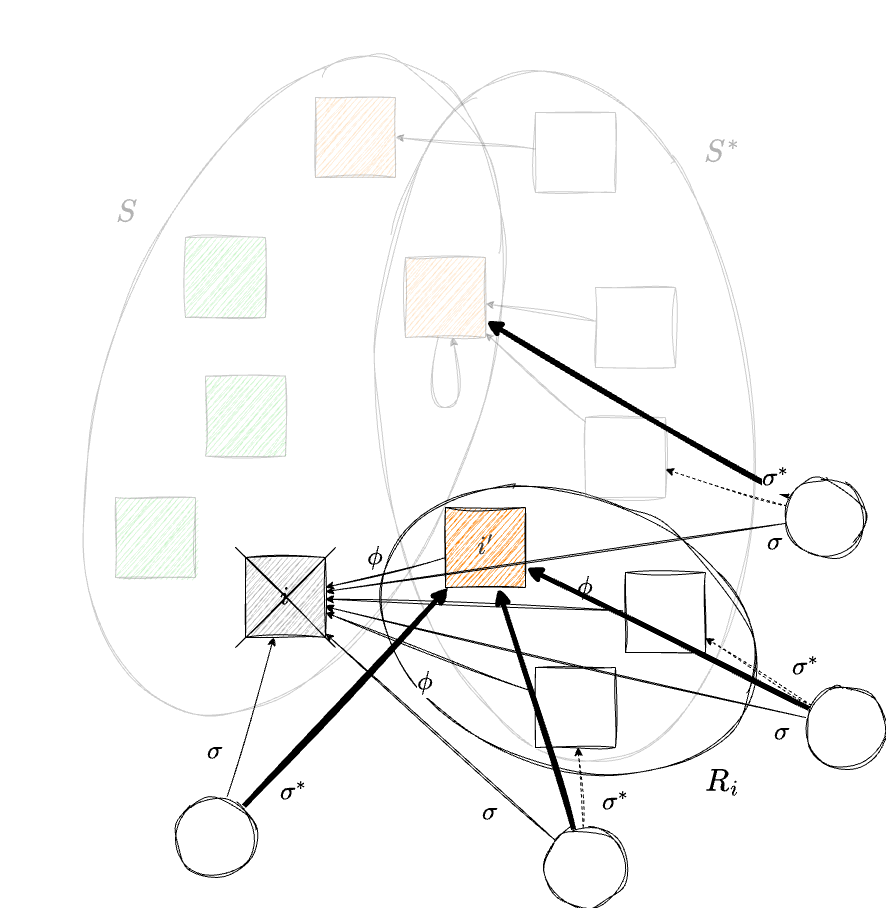
This is slides/ch7/figures/unsafe-facility-swap.drawio.png from okayama-daiki/approximation-algorithms, a draw.io export, as it was before one commit. Source tidied: cells renumbered, new cells last; positions are measured from the earlier drawing's top-left corner, leaving out a move shared by most shapes.
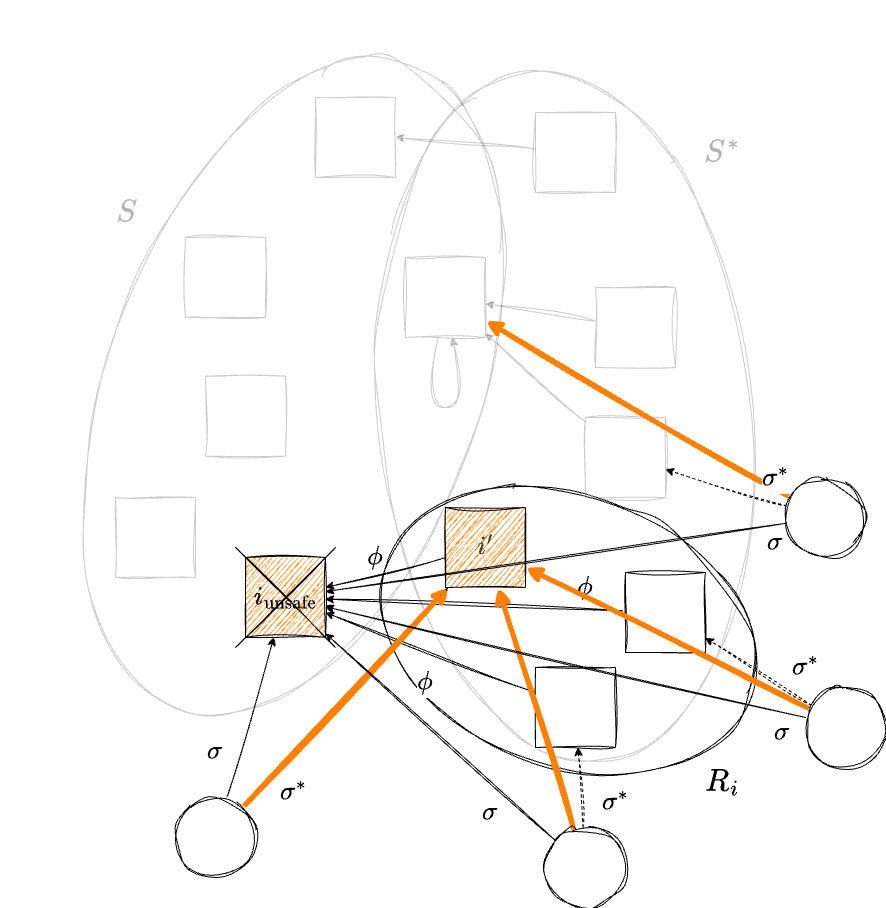
Later version of the same file.

Commit message:
Update slides and figures for facility location problem; add new definitions and improve local search algorithm presentation.

Change to the diagram source:
```diff
@@ -29,7 +29,7 @@
     <mxCell id="10" value="&lt;font style=&quot;font-size: 25px;&quot;&gt;\(\phi\)&lt;/font&gt;" style="text;html=1;whiteSpace=wrap;strokeColor=none;fillColor=none;align=center;verticalAlign=middle;rounded=0;fontFamily=Architects Daughter;fontSource=https%3A%2F%2Ffonts.googleapis.com%2Fcss%3Ffamily%3DArchitects%2BDaughter;fontSize=11;fontColor=default;labelBackgroundColor=default;" parent="1" vertex="1">
       <mxGeometry x="299" y="623" width="60" height="30" as="geometry" />
     </mxCell>
-    <mxCell id="11" value="&lt;span style=&quot;font-size: 25px;&quot;&gt;\(i\)&lt;/span&gt;" style="whiteSpace=wrap;html=1;sketch=1;hachureGap=4;jiggle=2;curveFitting=1;fontFamily=Architects Daughter;fontSource=https%3A%2F%2Ffonts.googleapis.com%2Fcss%3Ffamily%3DArchitects%2BDaughter;fillColor=#B3B3B3;" parent="1" vertex="1">
+    <mxCell id="11" value="&lt;span style=&quot;font-size: 25px;&quot;&gt;\(i_{\text{unsafe}}\)&lt;/span&gt;" style="whiteSpace=wrap;html=1;sketch=1;hachureGap=4;jiggle=2;curveFitting=1;fontFamily=Architects Daughter;fontSource=https%3A%2F%2Ffonts.googleapis.com%2Fcss%3Ffamily%3DArchitects%2BDaughter;fillColor=#FF8000;" parent="1" vertex="1">
       <mxGeometry x="149" y="513" width="80" height="80" as="geometry" />
     </mxCell>
     <mxCell id="12" style="edgeStyle=none;html=1;sketch=1;curveFitting=1;jiggle=2;" parent="1" edge="1" source="13" target="11">
@@ -62,13 +62,13 @@
     <mxCell id="21" style="whiteSpace=wrap;html=1;sketch=1;hachureGap=4;jiggle=2;curveFitting=1;fontFamily=Architects Daughter;fontSource=https%3A%2F%2Ffonts.googleapis.com%2Fcss%3Ffamily%3DArchitects%2BDaughter;opacity=20;" parent="17" vertex="1">
       <mxGeometry x="470" y="320" width="80" height="80" as="geometry" />
     </mxCell>
-    <mxCell id="22" style="whiteSpace=wrap;html=1;sketch=1;hachureGap=4;jiggle=2;curveFitting=1;fontFamily=Architects Daughter;fontSource=https%3A%2F%2Ffonts.googleapis.com%2Fcss%3Ffamily%3DArchitects%2BDaughter;fillStyle=hachure;fillColor=#00CC00;opacity=20;" parent="17" vertex="1">
+    <mxCell id="22" style="whiteSpace=wrap;html=1;sketch=1;hachureGap=4;jiggle=2;curveFitting=1;fontFamily=Architects Daughter;fontSource=https%3A%2F%2Ffonts.googleapis.com%2Fcss%3Ffamily%3DArchitects%2BDaughter;fillStyle=hachure;fillColor=#FFFFFF;opacity=20;" parent="17" vertex="1">
       <mxGeometry x="70" y="140" width="80" height="80" as="geometry" />
     </mxCell>
-    <mxCell id="23" style="whiteSpace=wrap;html=1;sketch=1;hachureGap=4;jiggle=2;curveFitting=1;fontFamily=Architects Daughter;fontSource=https%3A%2F%2Ffonts.googleapis.com%2Fcss%3Ffamily%3DArchitects%2BDaughter;fillStyle=hachure;fillColor=#00CC00;opacity=20;" parent="17" vertex="1">
+    <mxCell id="23" style="whiteSpace=wrap;html=1;sketch=1;hachureGap=4;jiggle=2;curveFitting=1;fontFamily=Architects Daughter;fontSource=https%3A%2F%2Ffonts.googleapis.com%2Fcss%3Ffamily%3DArchitects%2BDaughter;fillStyle=hachure;fillColor=#FFFFFF;opacity=20;" parent="17" vertex="1">
       <mxGeometry y="400" width="80" height="80" as="geometry" />
     </mxCell>
-    <mxCell id="24" style="whiteSpace=wrap;html=1;sketch=1;hachureGap=4;jiggle=2;curveFitting=1;fontFamily=Architects Daughter;fontSource=https%3A%2F%2Ffonts.googleapis.com%2Fcss%3Ffamily%3DArchitects%2BDaughter;fillColor=#FF8000;opacity=20;" parent="17" vertex="1">
+    <mxCell id="24" style="whiteSpace=wrap;html=1;sketch=1;hachureGap=4;jiggle=2;curveFitting=1;fontFamily=Architects Daughter;fontSource=https%3A%2F%2Ffonts.googleapis.com%2Fcss%3Ffamily%3DArchitects%2BDaughter;fillColor=#FFFFFF;opacity=20;" parent="17" vertex="1">
       <mxGeometry x="290" y="160" width="80" height="80" as="geometry" />
     </mxCell>
     <mxCell id="25" style="edgeStyle=none;html=1;rounded=0;curved=1;sketch=1;curveFitting=1;jiggle=2;opacity=20;" parent="17" edge="1" source="24" target="24">
@@ -78,7 +78,7 @@
         </Array>
       </mxGeometry>
     </mxCell>
-    <mxCell id="26" style="whiteSpace=wrap;html=1;sketch=1;hachureGap=4;jiggle=2;curveFitting=1;fontFamily=Architects Daughter;fontSource=https%3A%2F%2Ffonts.googleapis.com%2Fcss%3Ffamily%3DArchitects%2BDaughter;fillStyle=hachure;fillColor=#FF8000;opacity=20;" parent="17" vertex="1">
+    <mxCell id="26" style="whiteSpace=wrap;html=1;sketch=1;hachureGap=4;jiggle=2;curveFitting=1;fontFamily=Architects Daughter;fontSource=https%3A%2F%2Ffonts.googleapis.com%2Fcss%3Ffamily%3DArchitects%2BDaughter;fillStyle=hachure;fillColor=#FFFFFF;opacity=20;" parent="17" vertex="1">
       <mxGeometry x="200" width="80" height="80" as="geometry" />
     </mxCell>
     <mxCell id="27" style="edgeStyle=none;html=1;entryX=1;entryY=0.5;entryDx=0;entryDy=0;sketch=1;curveFitting=1;jiggle=2;opacity=20;" parent="17" edge="1" source="28" target="26">
@@ -87,7 +87,7 @@
     <mxCell id="28" style="whiteSpace=wrap;html=1;sketch=1;hachureGap=4;jiggle=2;curveFitting=1;fontFamily=Architects Daughter;fontSource=https%3A%2F%2Ffonts.googleapis.com%2Fcss%3Ffamily%3DArchitects%2BDaughter;opacity=20;" parent="17" vertex="1">
       <mxGeometry x="420" y="15" width="80" height="80" as="geometry" />
     </mxCell>
-    <mxCell id="29" style="whiteSpace=wrap;html=1;sketch=1;hachureGap=4;jiggle=2;curveFitting=1;fontFamily=Architects Daughter;fontSource=https%3A%2F%2Ffonts.googleapis.com%2Fcss%3Ffamily%3DArchitects%2BDaughter;fillStyle=hachure;fillColor=#00CC00;opacity=20;" parent="17" vertex="1">
+    <mxCell id="29" style="whiteSpace=wrap;html=1;sketch=1;hachureGap=4;jiggle=2;curveFitting=1;fontFamily=Architects Daughter;fontSource=https%3A%2F%2Ffonts.googleapis.com%2Fcss%3Ffamily%3DArchitects%2BDaughter;fillStyle=hachure;fillColor=#FFFFFF;opacity=20;" parent="17" vertex="1">
       <mxGeometry x="90" y="278.6" width="80" height="80" as="geometry" />
     </mxCell>
     <mxCell id="30" value="&lt;font style=&quot;font-size: 30px;&quot;&gt;\(R_i\)&lt;/font&gt;" style="text;html=1;whiteSpace=wrap;strokeColor=none;fillColor=none;align=center;verticalAlign=middle;rounded=0;fontFamily=Architects Daughter;fontSource=https%3A%2F%2Ffonts.googleapis.com%2Fcss%3Ffamily%3DArchitects%2BDaughter;fontSize=11;fontColor=default;labelBackgroundColor=default;" parent="1" vertex="1">
@@ -99,7 +99,7 @@
     <mxCell id="32" style="edgeStyle=none;shape=connector;rounded=1;sketch=1;jiggle=2;curveFitting=1;html=1;strokeColor=default;align=center;verticalAlign=middle;fontFamily=Helvetica;fontSize=12;fontColor=default;labelBackgroundColor=default;endArrow=classic;endFill=1;dashed=1;" parent="1" edge="1" source="34" target="13">
       <mxGeometry relative="1" as="geometry" />
     </mxCell>
-    <mxCell id="33" style="edgeStyle=none;shape=connector;rounded=1;sketch=1;jiggle=2;curveFitting=1;html=1;strokeColor=default;align=center;verticalAlign=middle;fontFamily=Helvetica;fontSize=12;fontColor=default;labelBackgroundColor=default;endArrow=classic;endFill=1;strokeWidth=5;" parent="1" edge="1" source="34" target="13">
+    <mxCell id="33" style="edgeStyle=none;shape=connector;rounded=1;sketch=1;jiggle=2;curveFitting=1;html=1;strokeColor=#FF8000;align=center;verticalAlign=middle;fontFamily=Helvetica;fontSize=12;fontColor=default;labelBackgroundColor=default;endArrow=classic;endFill=1;strokeWidth=5;" parent="1" edge="1" source="34" target="13">
       <mxGeometry relative="1" as="geometry" />
     </mxCell>
     <mxCell id="34" style="ellipse;whiteSpace=wrap;html=1;sketch=1;curveFitting=1;jiggle=2;" parent="1" vertex="1">
@@ -111,7 +111,7 @@
     <mxCell id="36" style="edgeStyle=none;shape=connector;rounded=1;sketch=1;jiggle=2;curveFitting=1;html=1;strokeColor=default;align=center;verticalAlign=middle;fontFamily=Helvetica;fontSize=12;fontColor=default;labelBackgroundColor=default;endArrow=classic;endFill=1;dashed=1;" parent="1" edge="1" source="38" target="8">
       <mxGeometry relative="1" as="geometry" />
     </mxCell>
-    <mxCell id="37" style="edgeStyle=none;shape=connector;rounded=1;sketch=1;jiggle=2;curveFitting=1;html=1;strokeColor=default;align=center;verticalAlign=middle;fontFamily=Helvetica;fontSize=12;fontColor=default;labelBackgroundColor=default;endArrow=classic;endFill=1;strokeWidth=5;" parent="1" edge="1" source="38" target="13">
+    <mxCell id="37" style="edgeStyle=none;shape=connector;rounded=1;sketch=1;jiggle=2;curveFitting=1;html=1;strokeColor=#FF8000;align=center;verticalAlign=middle;fontFamily=Helvetica;fontSize=12;fontColor=default;labelBackgroundColor=default;endArrow=classic;endFill=1;strokeWidth=5;" parent="1" edge="1" source="38" target="13">
       <mxGeometry relative="1" as="geometry" />
     </mxCell>
     <mxCell id="38" style="ellipse;whiteSpace=wrap;html=1;sketch=1;curveFitting=1;jiggle=2;" parent="1" vertex="1">
@@ -123,7 +123,7 @@
     <mxCell id="40" style="edgeStyle=none;shape=connector;rounded=1;sketch=1;jiggle=2;curveFitting=1;html=1;strokeColor=default;align=center;verticalAlign=middle;fontFamily=Helvetica;fontSize=12;fontColor=default;labelBackgroundColor=default;endArrow=classic;endFill=1;dashed=1;" parent="1" edge="1" source="42" target="15">
       <mxGeometry relative="1" as="geometry" />
     </mxCell>
-    <mxCell id="41" style="edgeStyle=none;shape=connector;rounded=1;sketch=1;jiggle=2;curveFitting=1;html=1;strokeColor=default;align=center;verticalAlign=middle;fontFamily=Helvetica;fontSize=12;fontColor=default;labelBackgroundColor=default;endArrow=classic;endFill=1;strokeWidth=5;" parent="1" edge="1" source="42" target="13">
+    <mxCell id="41" style="edgeStyle=none;shape=connector;rounded=1;sketch=1;jiggle=2;curveFitting=1;html=1;strokeColor=#FF8000;align=center;verticalAlign=middle;fontFamily=Helvetica;fontSize=12;fontColor=default;labelBackgroundColor=default;endArrow=classic;endFill=1;strokeWidth=5;" parent="1" edge="1" source="42" target="13">
       <mxGeometry relative="1" as="geometry" />
     </mxCell>
     <mxCell id="42" style="ellipse;whiteSpace=wrap;html=1;sketch=1;curveFitting=1;jiggle=2;" parent="1" vertex="1">
@@ -135,7 +135,7 @@
     <mxCell id="44" style="edgeStyle=none;shape=connector;rounded=1;sketch=1;jiggle=2;curveFitting=1;html=1;strokeColor=default;align=center;verticalAlign=middle;fontFamily=Helvetica;fontSize=12;fontColor=default;labelBackgroundColor=default;endArrow=classic;endFill=1;dashed=1;" parent="1" edge="1" source="46" target="21">
       <mxGeometry relative="1" as="geometry" />
     </mxCell>
-    <mxCell id="45" style="edgeStyle=none;shape=connector;rounded=1;sketch=1;jiggle=2;curveFitting=1;html=1;strokeColor=default;align=center;verticalAlign=middle;fontFamily=Helvetica;fontSize=12;fontColor=default;labelBackgroundColor=default;endArrow=classic;endFill=1;strokeWidth=5;" parent="1" edge="1" source="46" target="24">
+    <mxCell id="45" style="edgeStyle=none;shape=connector;rounded=1;sketch=1;jiggle=2;curveFitting=1;html=1;strokeColor=#FF8000;align=center;verticalAlign=middle;fontFamily=Helvetica;fontSize=12;fontColor=default;labelBackgroundColor=default;endArrow=classic;endFill=1;strokeWidth=5;" parent="1" edge="1" source="46" target="24">
       <mxGeometry relative="1" as="geometry" />
     </mxCell>
     <mxCell id="46" style="ellipse;whiteSpace=wrap;html=1;sketch=1;curveFitting=1;jiggle=2;" parent="1" vertex="1">
```
